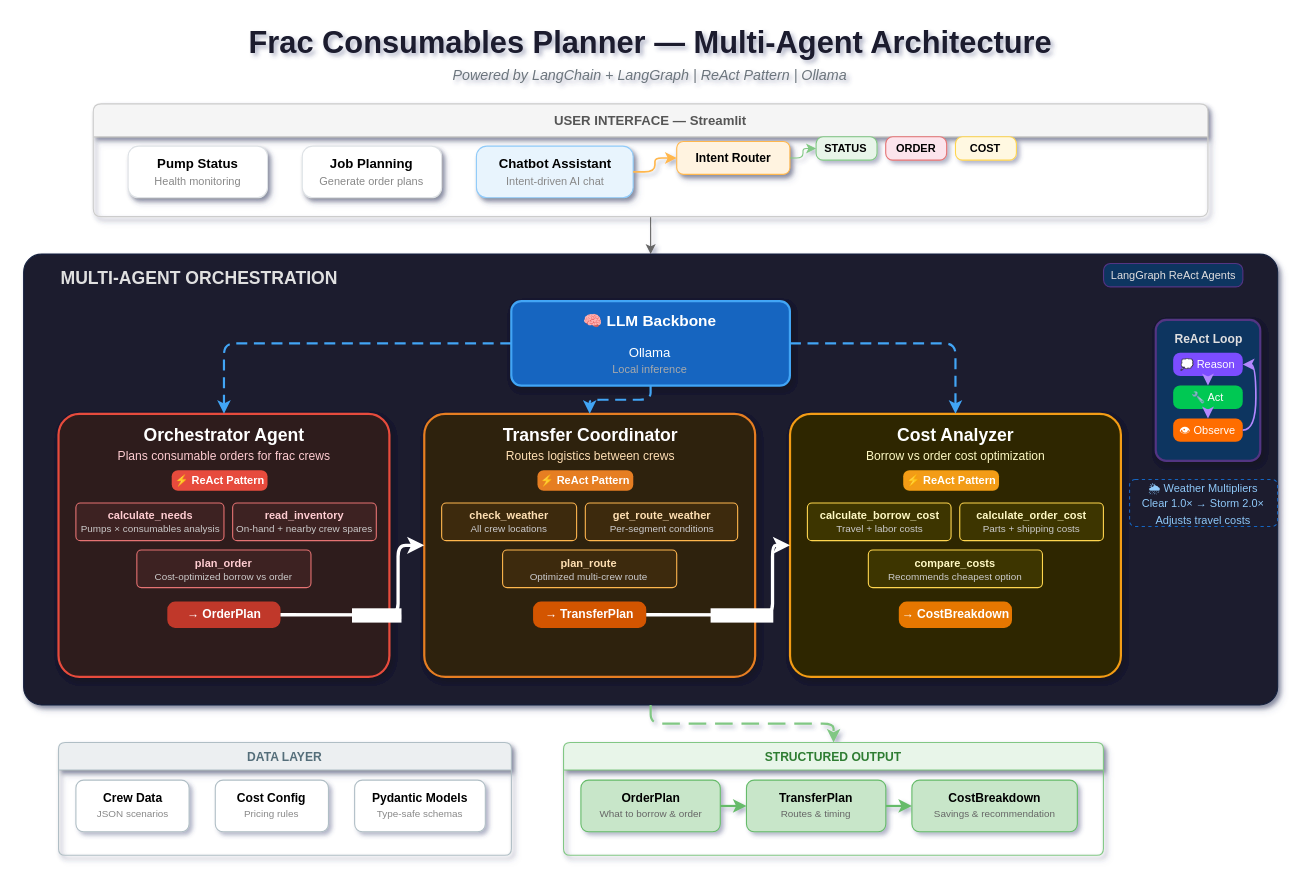
Before: docs/architecture.drawio in Oviemudiaga/frac-consumables-planner, a draw.io diagram. Source tidied: cells renumbered, new cells numbered last; positions are measured from the earlier drawing's top-left corner, leaving out a move shared by most shapes. Both pictures are drawn from the tidied source at 110%, with x=0, y=0 at pixel (23, 19).
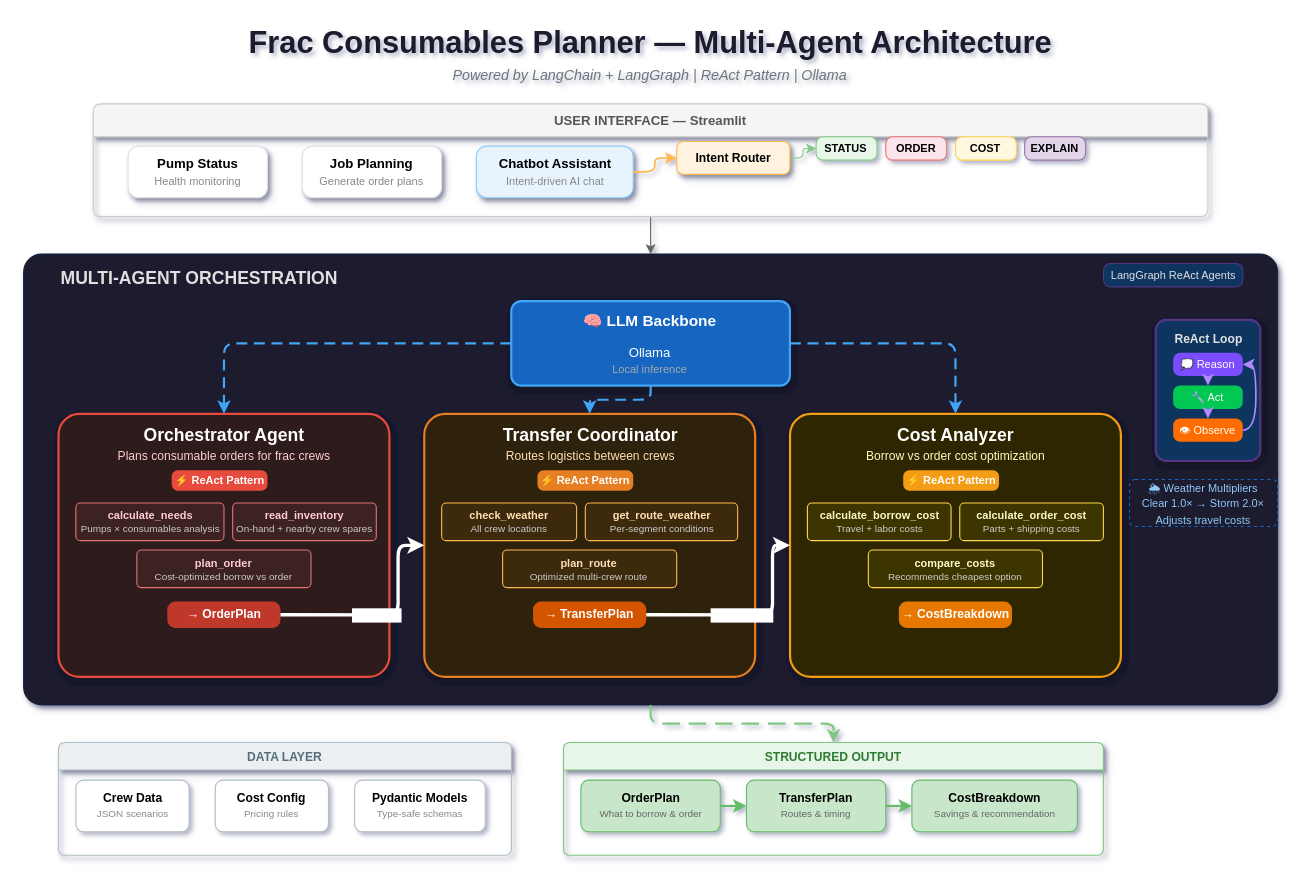
After the change.

Commit message:
updated architecture diagram

The change refers to these unchanged cells:
```xml
<mxCell id="6" value="USER INTERFACE —  Streamlit" style="swimlane;startSize=30;fillColor=#f5f5f5;strokeColor=#cccccc;rounded=1;arcSize=8;fontSize=12;fontColor=#555555;shadow=1;" parent="2" vertex="1">
  <mxGeometry x="63.3" y="76.9" width="1013.3" height="102.5" as="geometry" />
</mxCell>
```

Change to the diagram source:
```diff
@@
+    <mxCell id="68" value="EXPLAIN" style="rounded=1;whiteSpace=wrap;html=1;fillColor=#e1d5e7;strokeColor=#9673a6;fontSize=10;fontStyle=1;arcSize=30;" parent="6" vertex="1">
+      <mxGeometry x="846.7" y="29.9" width="55.4" height="21.3" as="geometry" />
+    </mxCell>
```
